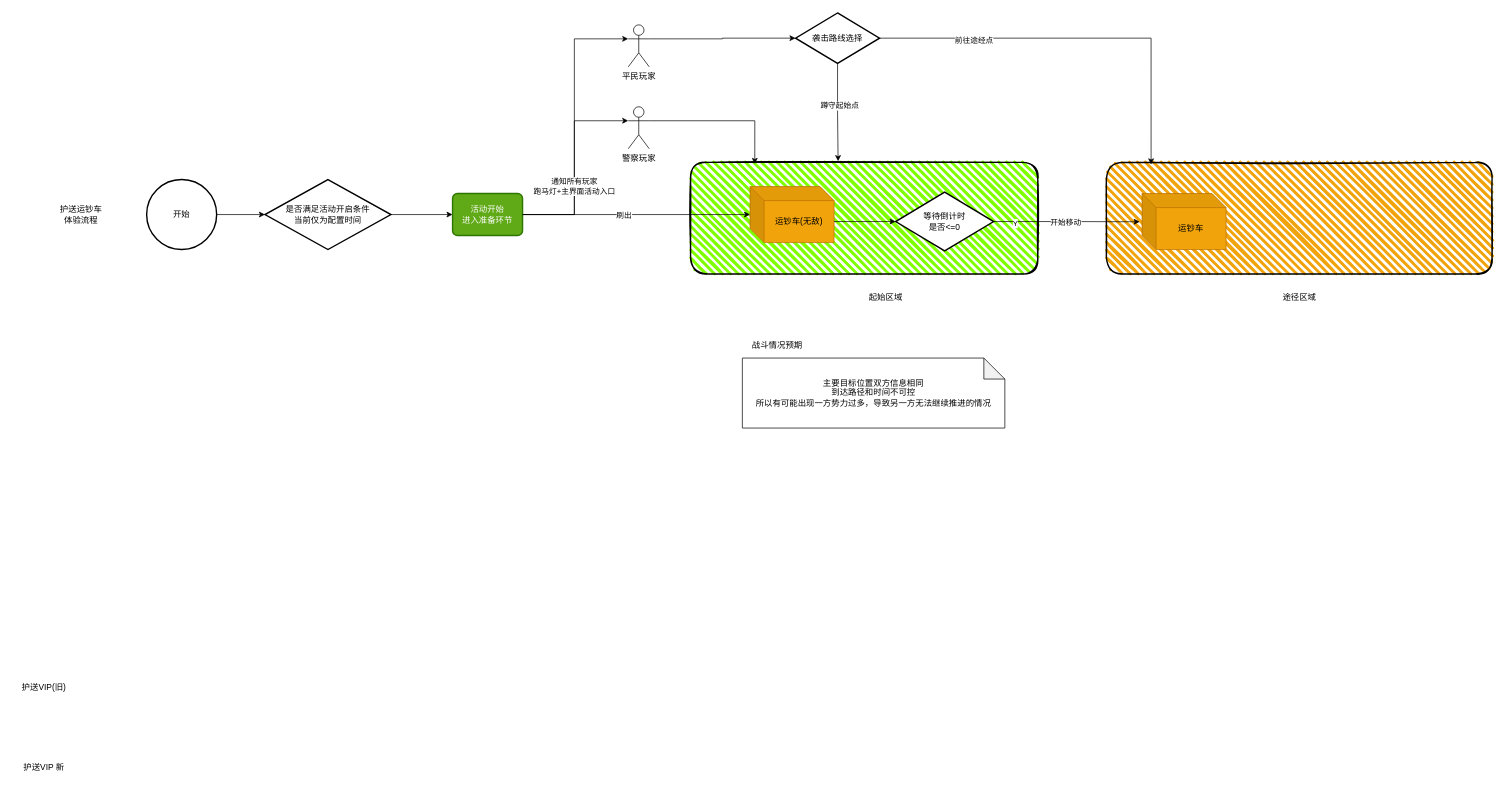
Before: 世界活动-护送VIP.drawio in LittleTrain0321/15150400109Wy, a draw.io diagram. Source tidied: cells renumbered, new cells numbered last; positions are measured from the earlier drawing's top-left corner, leaving out a move shared by most shapes. Both pictures are drawn from the tidied source at 70%, with x=0, y=0 at pixel (12, 13).
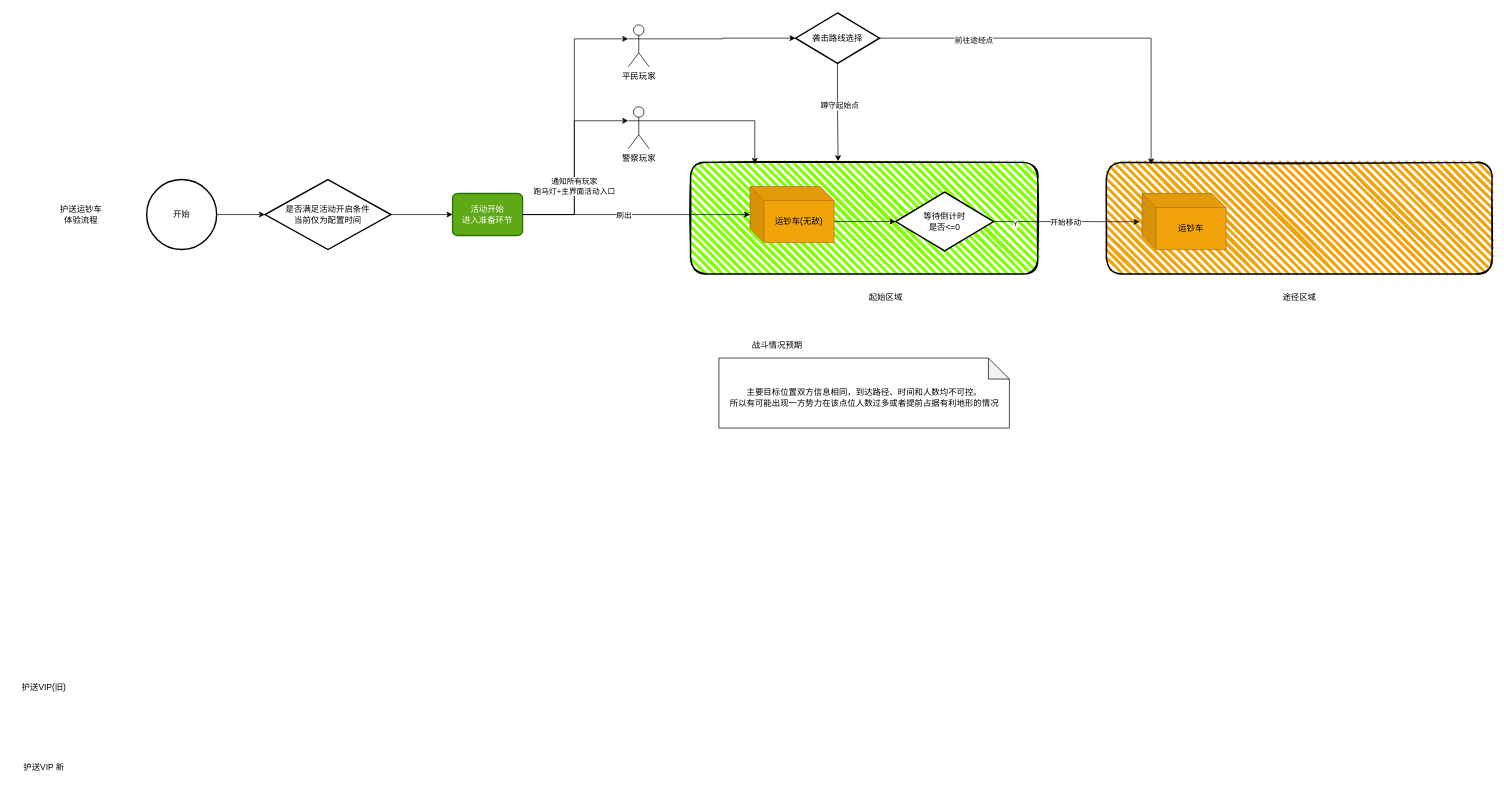
After the change.

Commit message:
更新世界活动-护送VIP.drawio

The edit, as a diff of the source:
```diff
@@
-    <mxCell id="35" value="&lt;br&gt;&lt;div&gt;主要目标位置双方信息相同&lt;/div&gt;&lt;div&gt;到达路径和时间不可控&lt;/div&gt;&lt;div&gt;所以有可能出现一方势力过多，导致另一方无法继续推进的情况&lt;/div&gt;&lt;div&gt;&lt;br&gt;&lt;/div&gt;" style="shape=note;whiteSpace=wrap;html=1;backgroundOutline=1;darkOpacity=0.05;" parent="1" vertex="1">
-      <mxGeometry x="1043" y="493" width="375" height="100" as="geometry" />
+    <mxCell id="35" value="&lt;br&gt;&lt;div&gt;主要目标位置双方信息相同，&lt;span style=&quot;background-color: transparent; color: light-dark(rgb(0, 0, 0), rgb(255, 255, 255));&quot;&gt;到达路径、时间和人数均不可控。&lt;/span&gt;&lt;/div&gt;&lt;div&gt;所以有可能出现一方势力在该点位人数过多或者提前占据有利地形的情况&lt;/div&gt;" style="shape=note;whiteSpace=wrap;html=1;backgroundOutline=1;darkOpacity=0.05;" parent="1" vertex="1">
+      <mxGeometry x="1009.5" y="493" width="415" height="100" as="geometry" />
     </mxCell>
```
